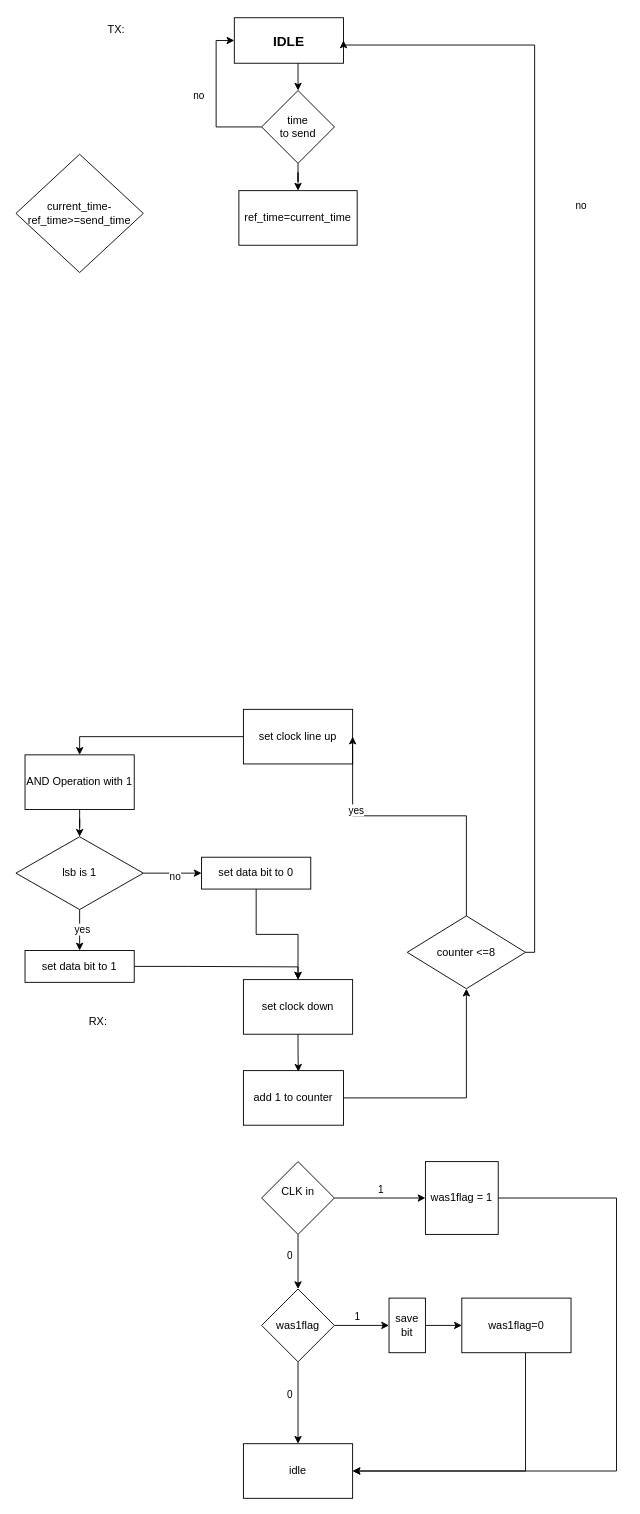
Before: lab1_design_208279620_208660365.drawio in raymuy07/Guy-Ziv-NetLab, a draw.io diagram. Source tidied: cells renumbered, new cells numbered last; positions are measured from the earlier drawing's top-left corner, leaving out a move shared by most shapes. Both pictures are drawn from the tidied source at 91%, with x=0, y=0 at pixel (15, 15).
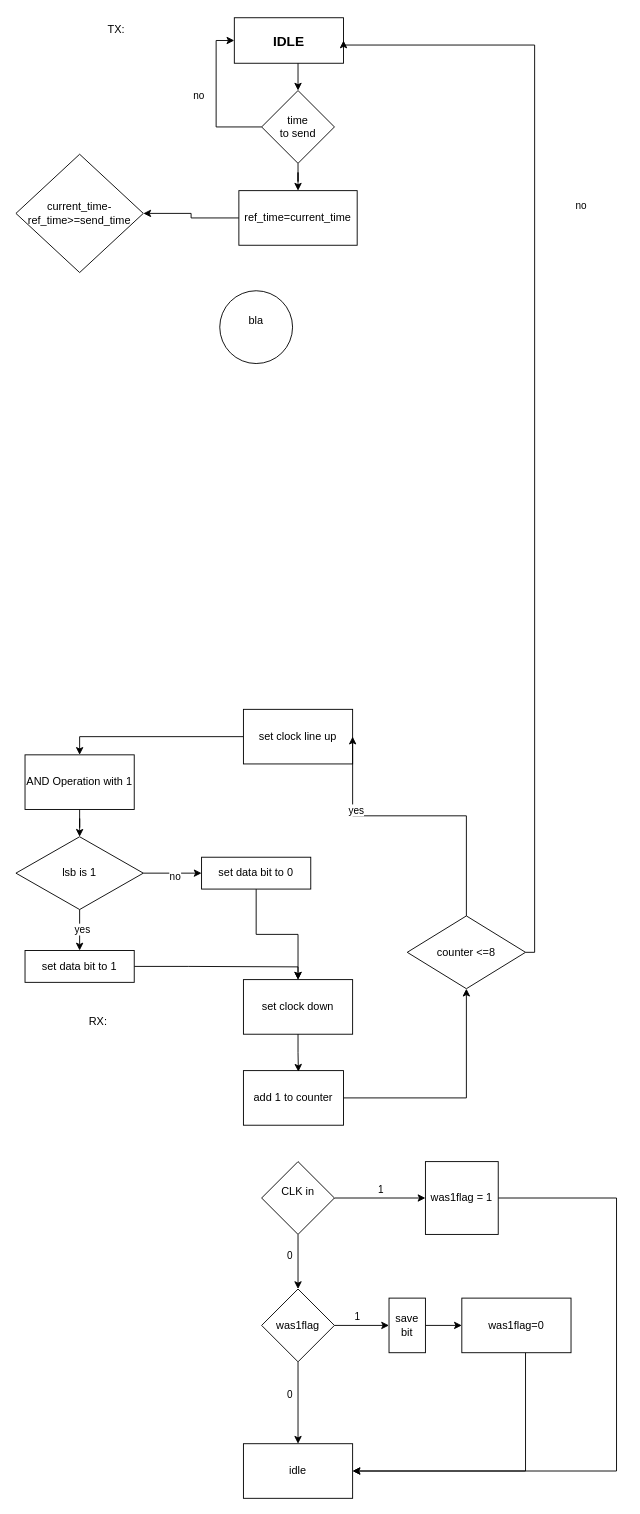
Above is the later version.

Commit message:
added two drawings

The change refers to these unchanged cells:
```xml
<mxCell id="49" value="ref_time=current_time" style="rounded=0;whiteSpace=wrap;html=1;" parent="1" vertex="1">
  <mxGeometry x="245" y="192" width="130" height="60" as="geometry" />
</mxCell>
<mxCell id="50" value="current_time-ref_time&amp;gt;=send_time" style="rhombus;whiteSpace=wrap;html=1;" parent="1" vertex="1">
  <mxGeometry y="152" width="140" height="130" as="geometry" />
</mxCell>
```

The edit, as a diff of the source:
```diff
@@
+    <mxCell id="51" style="edgeStyle=orthogonalEdgeStyle;rounded=0;jettySize=auto;html=1;entryX=1;entryY=0.5;entryDx=0;entryDy=0;" parent="1" edge="1" source="49" target="50">
+      <mxGeometry relative="1" as="geometry" />
+    </mxCell>
@@
+    <mxCell id="52" value="bla&lt;div&gt;&lt;br&gt;&lt;/div&gt;" style="ellipse;whiteSpace=wrap;html=1;" parent="1" vertex="1">
+      <mxGeometry x="224" y="302" width="80" height="80" as="geometry" />
+    </mxCell>
```
